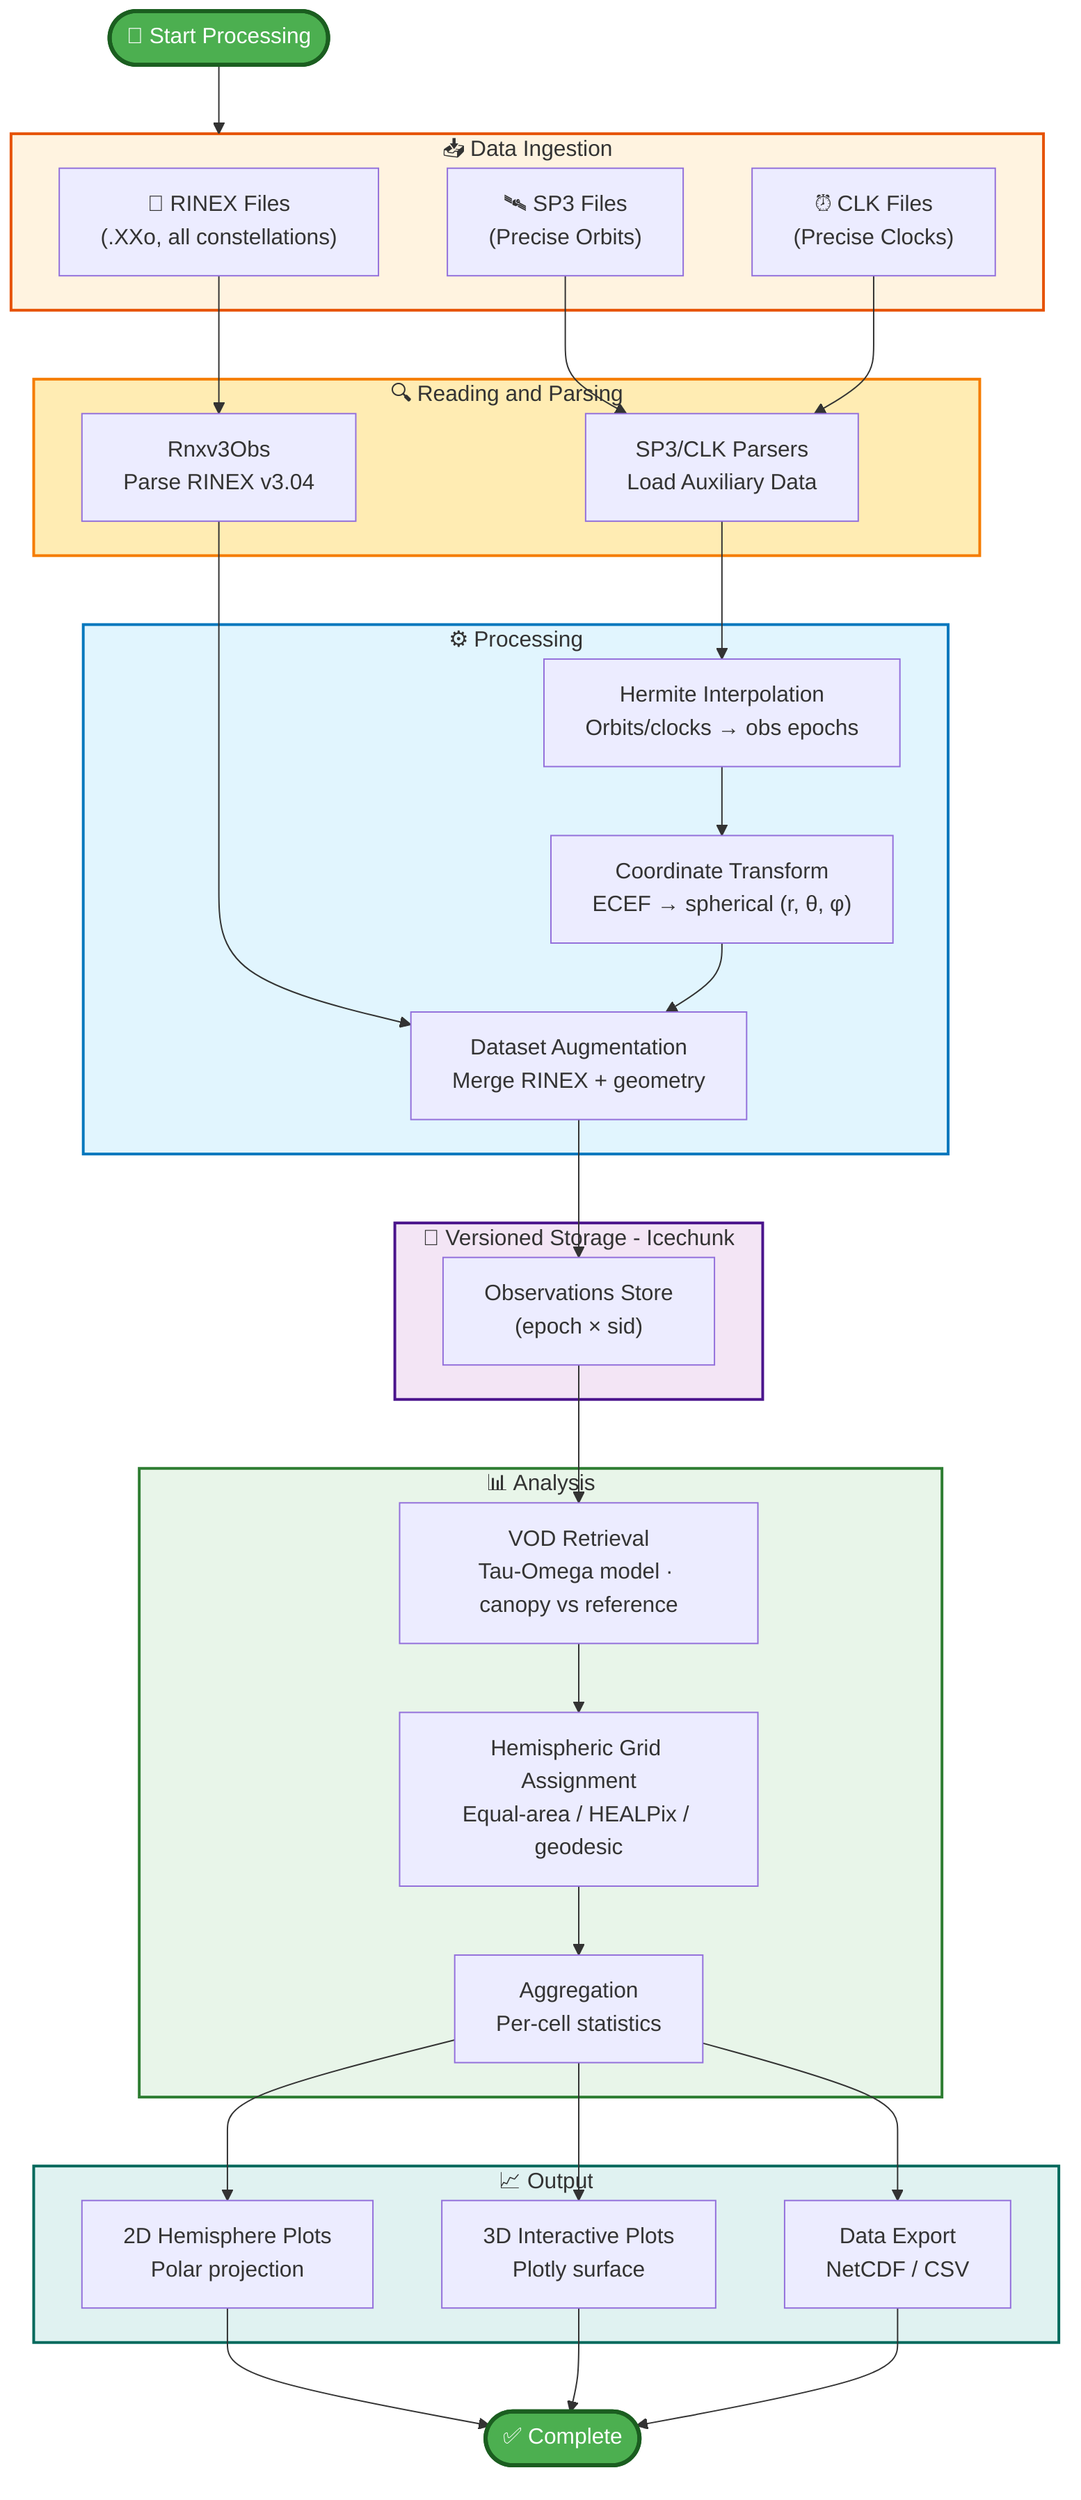
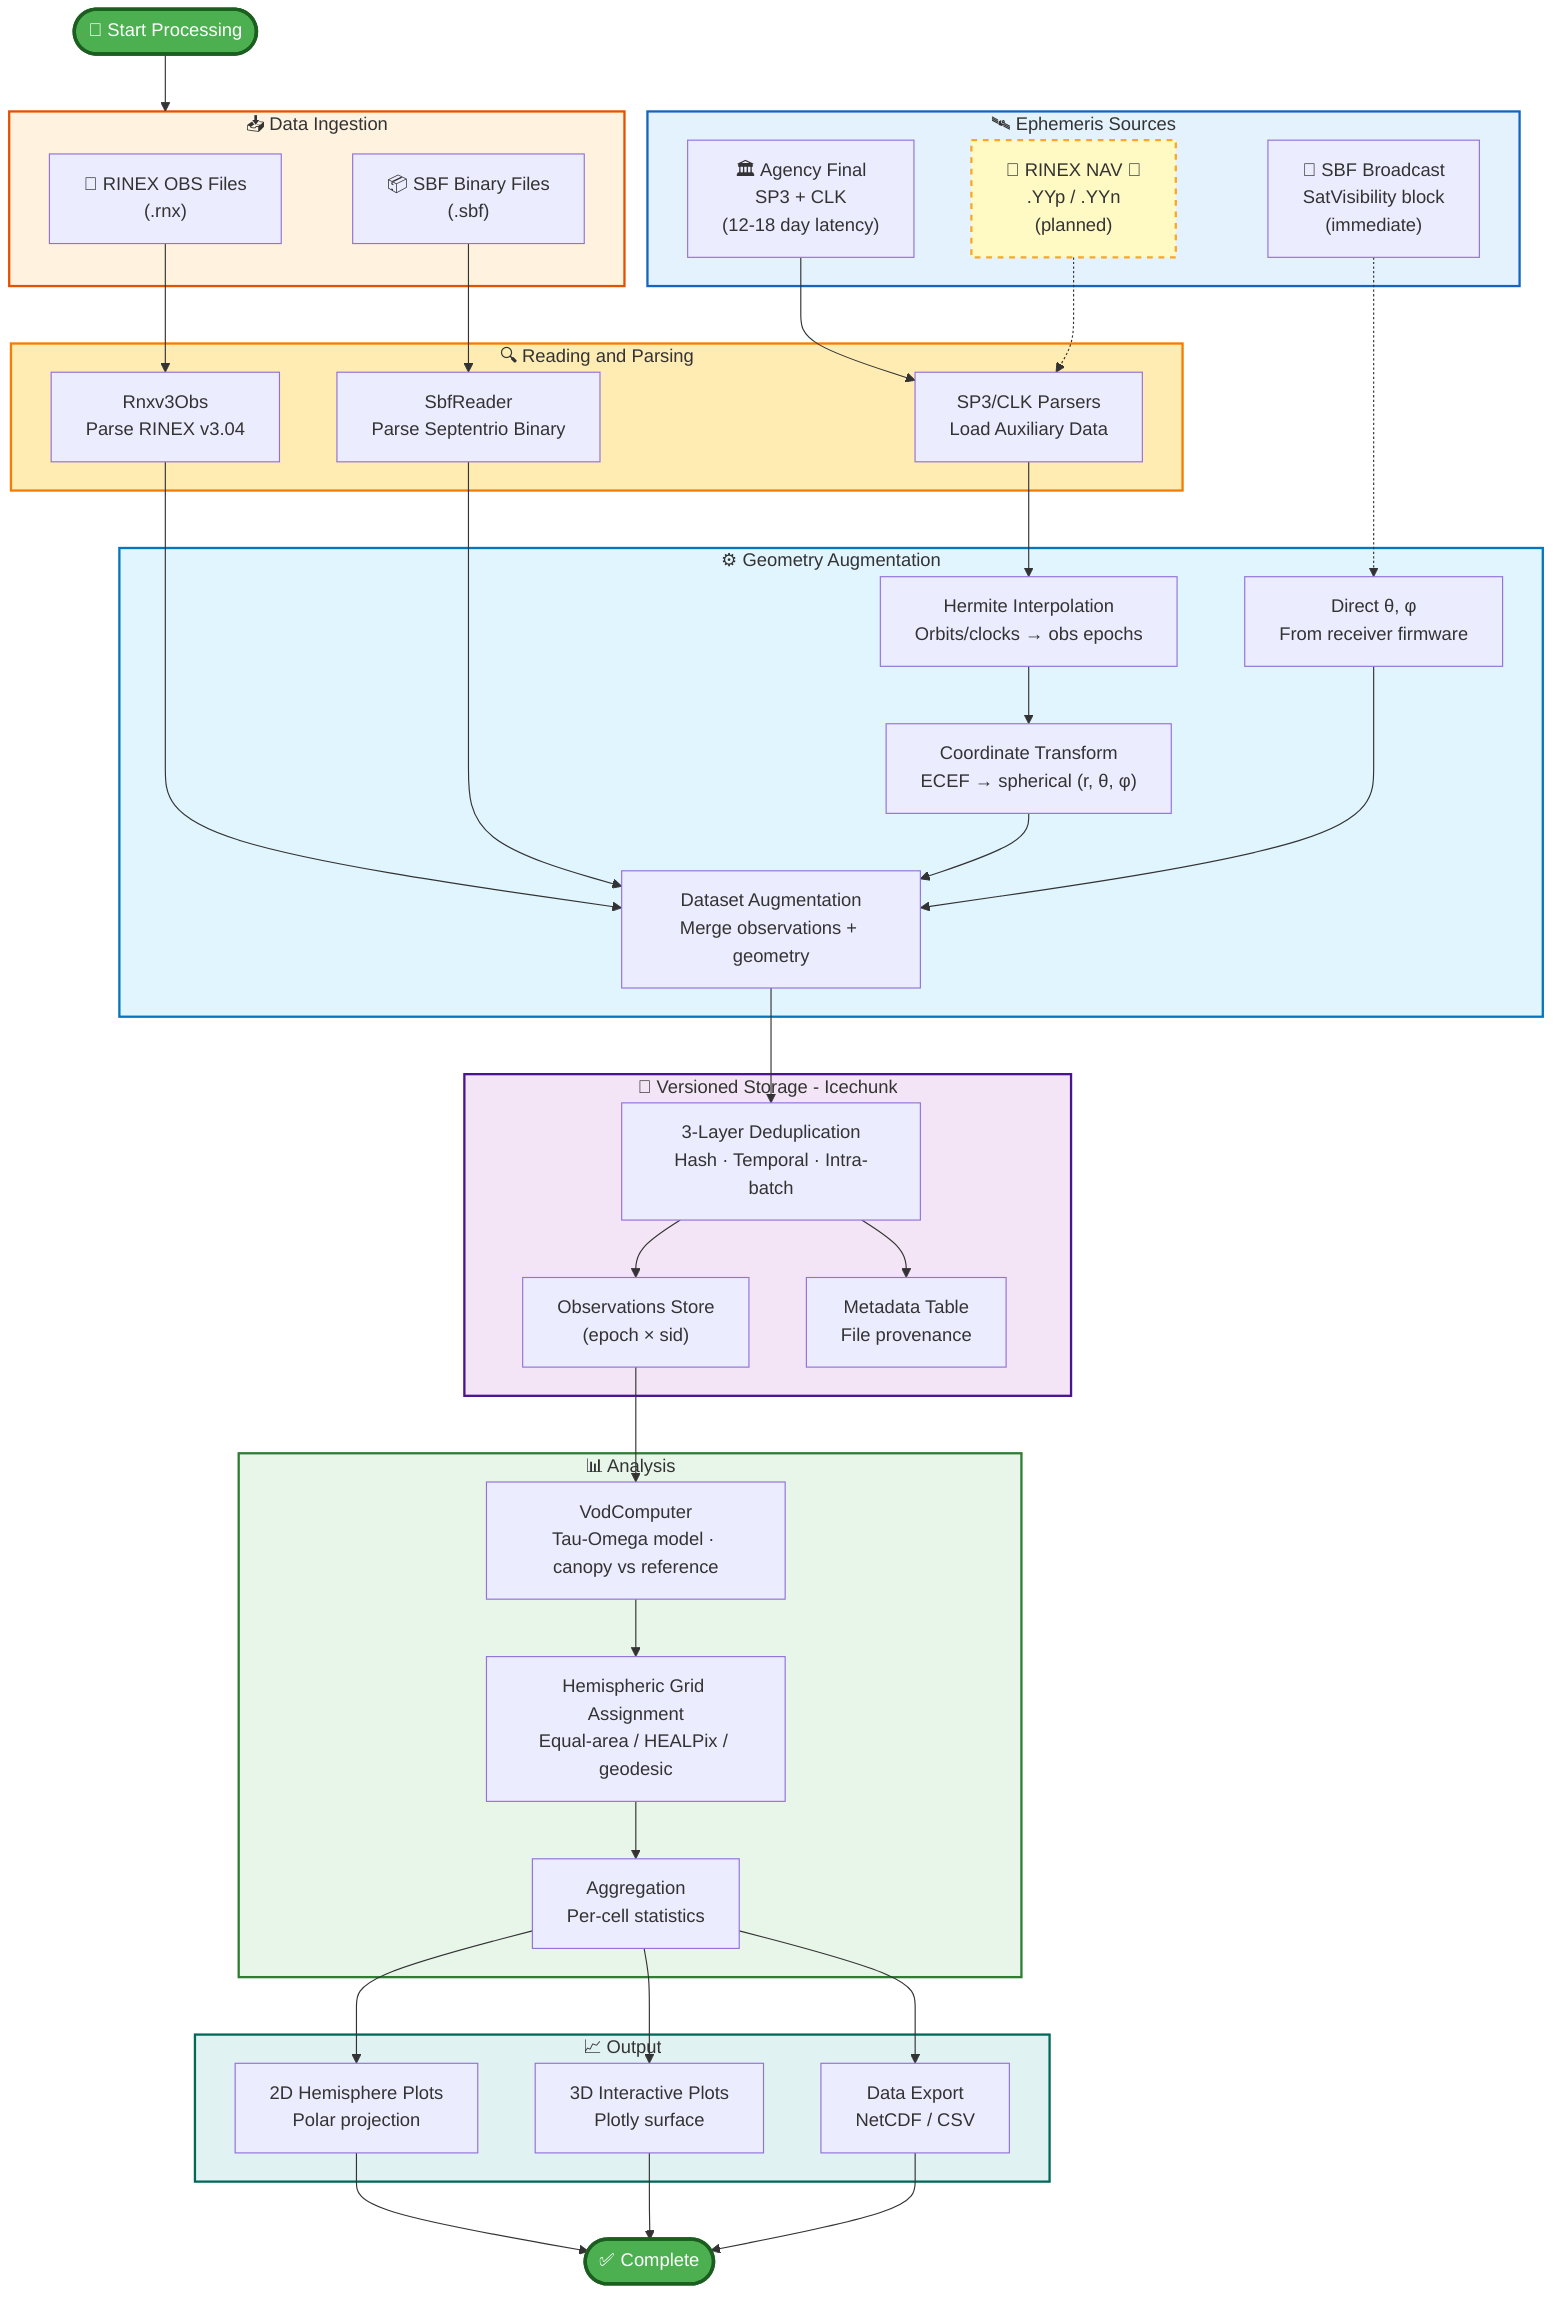
flowchart TD
    Start([🚀 Start Processing]) --> Input

    subgraph Input[📥 Data Ingestion]
-         RINEX["📄 RINEX Files<br/>(.XXo, all constellations)"]
-         SP3["🛰️ SP3 Files<br/>(Precise Orbits)"]
-         CLK["⏰ CLK Files<br/>(Precise Clocks)"]
+         RINEX["📄 RINEX OBS Files<br/>(.rnx)"]
+         SBF["📦 SBF Binary Files<br/>(.sbf)"]
+     end
+ 
+     subgraph Ephemeris[🛰️ Ephemeris Sources]
+         SP3["🏛️ Agency Final<br/>SP3 + CLK<br/>(12-18 day latency)"]
+         SBFVIS["📡 SBF Broadcast<br/>SatVisibility block<br/>(immediate)"]
+         NAV["📄 RINEX NAV 🚧<br/>.YYp / .YYn<br/>(planned)"]
    end

    subgraph Reading[🔍 Reading and Parsing]
        RinexReader["Rnxv3Obs<br/>Parse RINEX v3.04"]
+         SbfReader["SbfReader<br/>Parse Septentrio Binary"]
        AuxReader["SP3/CLK Parsers<br/>Load Auxiliary Data"]
    end

-     subgraph Processing[⚙️ Processing]
+     subgraph Processing[⚙️ Geometry Augmentation]
        Interp["Hermite Interpolation<br/>Orbits/clocks → obs epochs"]
        Position["Coordinate Transform<br/>ECEF → spherical (r, θ, φ)"]
-         Augment["Dataset Augmentation<br/>Merge RINEX + geometry"]
+         DirectGeom["Direct θ, φ<br/>From receiver firmware"]
+         Augment["Dataset Augmentation<br/>Merge observations + geometry"]
    end

    subgraph Storage[💾 Versioned Storage - Icechunk]
+         Dedup["3-Layer Deduplication<br/>Hash · Temporal · Intra-batch"]
        Icechunk["Observations Store<br/>(epoch × sid)"]
+         Meta["Metadata Table<br/>File provenance"]
    end

    subgraph Analysis[📊 Analysis]
-         VODCalc["VOD Retrieval<br/>Tau-Omega model · canopy vs reference"]
+         VODCalc["VodComputer<br/>Tau-Omega model · canopy vs reference"]
        GridAssign["Hemispheric Grid Assignment<br/>Equal-area / HEALPix / geodesic"]
        Aggregate["Aggregation<br/>Per-cell statistics"]
    end

    subgraph Output[📈 Output]
        Viz2D["2D Hemisphere Plots<br/>Polar projection"]
        Viz3D["3D Interactive Plots<br/>Plotly surface"]
        Export["Data Export<br/>NetCDF / CSV"]
    end

    RINEX --> RinexReader
+     SBF --> SbfReader
    SP3 --> AuxReader
-     CLK --> AuxReader
+     SBFVIS -.-> DirectGeom
+     NAV -.-> AuxReader

    RinexReader --> Augment
+     SbfReader --> Augment
    AuxReader --> Interp
    Interp --> Position
    Position --> Augment
-     Augment --> Icechunk
+     DirectGeom --> Augment
+     Augment --> Dedup
+     Dedup --> Icechunk
+     Dedup --> Meta

    Icechunk --> VODCalc
    VODCalc --> GridAssign
    GridAssign --> Aggregate

    Aggregate --> Viz2D
    Aggregate --> Viz3D
    Aggregate --> Export

    Viz2D --> End([✅ Complete])
    Viz3D --> End
    Export --> End

    style Start fill:#4caf50,stroke:#1b5e20,stroke-width:3px,color:#fff
    style End fill:#4caf50,stroke:#1b5e20,stroke-width:3px,color:#fff
    style Input fill:#fff3e0,stroke:#e65100,stroke-width:2px
+     style Ephemeris fill:#e3f2fd,stroke:#1565c0,stroke-width:2px
    style Reading fill:#ffecb3,stroke:#f57c00,stroke-width:2px
    style Processing fill:#e1f5fe,stroke:#0277bd,stroke-width:2px
    style Storage fill:#f3e5f5,stroke:#4a148c,stroke-width:2px
    style Analysis fill:#e8f5e9,stroke:#2e7d32,stroke-width:2px
    style Output fill:#e0f2f1,stroke:#00695c,stroke-width:2px
+     style NAV fill:#fff9c4,stroke:#f9a825,stroke-width:2px,stroke-dasharray: 5 5
